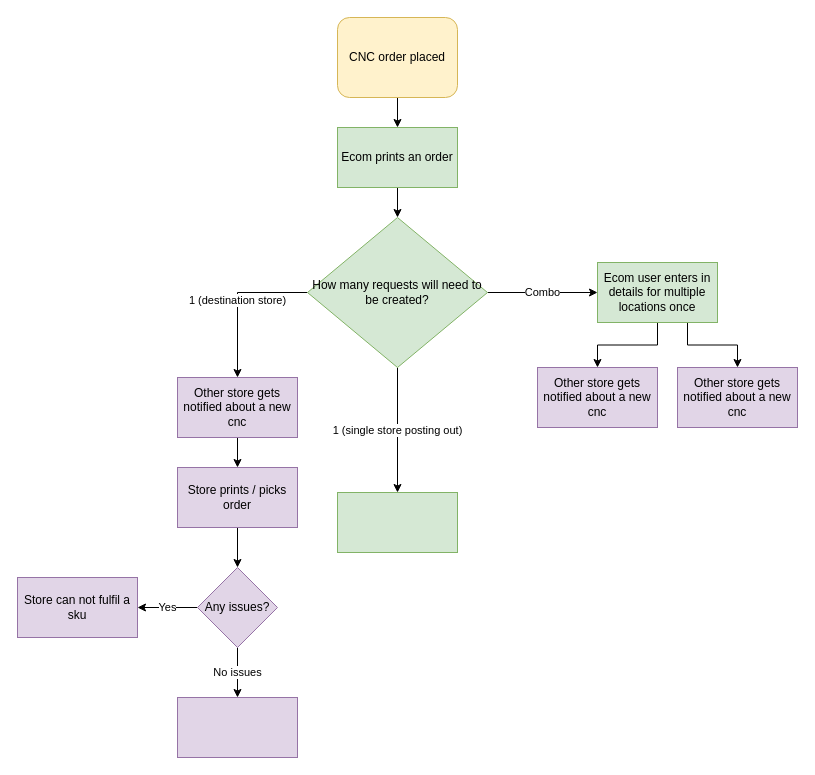
The draw.io diagram design/diagraming out app.drawio in CapSap/paddy-mern-5, before the edit. Source tidied: cells renumbered, new cells numbered last; positions are measured from the earlier drawing's top-left corner, leaving out a move shared by most shapes. Both pictures are drawn from the tidied source at 100%, with x=0, y=0 at pixel (17, 17).
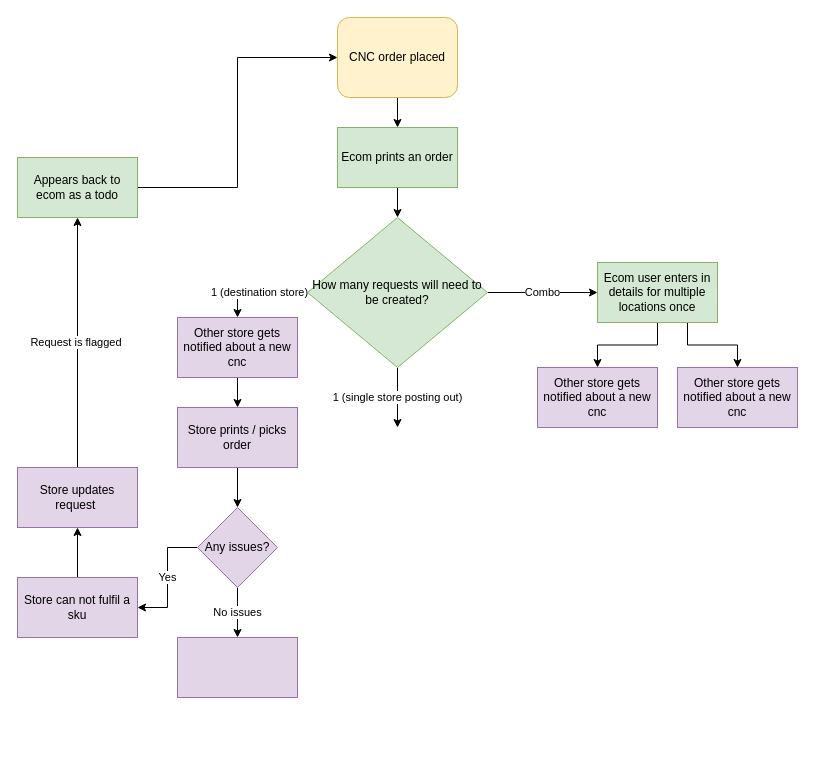
After the change.

Unchanged cells that the change refers to:
```xml
<mxCell id="3" value="CNC order placed" style="rounded=1;whiteSpace=wrap;html=1;fillColor=#fff2cc;strokeColor=#d6b656;" parent="1" vertex="1">
  <mxGeometry x="320" width="120" height="80" as="geometry" />
</mxCell>
<mxCell id="9" value="How many requests will need to be created?" style="rhombus;whiteSpace=wrap;html=1;fillColor=#d5e8d4;strokeColor=#82b366;rounded=0;" parent="1" vertex="1">
  <mxGeometry x="290" y="200" width="180" height="150" as="geometry" />
</mxCell>
<mxCell id="24" value="Store can not fulfil a sku" style="whiteSpace=wrap;html=1;fillColor=#e1d5e7;strokeColor=#9673a6;" parent="1" vertex="1">
  <mxGeometry y="560" width="120" height="60" as="geometry" />
</mxCell>
```

Diff of the diagram source:
```diff
@@
-    <mxCell id="6" value="1 (destination store)" style="edgeStyle=orthogonalEdgeStyle;rounded=0;jettySize=auto;html=1;" parent="1" edge="1" source="9" target="11">
+    <mxCell id="6" value="1 (destination store)" style="edgeStyle=orthogonalEdgeStyle;rounded=0;jettySize=auto;html=1;entryX=0.5;entryY=0;entryDx=0;entryDy=0;" parent="1" edge="1" source="9" target="11">
       <mxGeometry relative="1" as="geometry" />
     </mxCell>
-    <mxCell id="7" value="1 (single store posting out)" style="edgeStyle=orthogonalEdgeStyle;rounded=0;jettySize=auto;html=1;" parent="1" edge="1" source="9" target="12">
-      <mxGeometry relative="1" as="geometry" />
+    <mxCell id="7" value="1 (single store posting out)" style="edgeStyle=orthogonalEdgeStyle;rounded=0;jettySize=auto;html=1;" parent="1" edge="1" source="9">
+      <mxGeometry relative="1" as="geometry">
+        <mxPoint x="380" y="410" as="targetPoint" />
+      </mxGeometry>
     </mxCell>
@@
     <mxCell id="11" value="Other store gets notified about a new cnc" style="whiteSpace=wrap;html=1;fillColor=#e1d5e7;strokeColor=#9673a6;rounded=0;" parent="1" vertex="1">
-      <mxGeometry x="160" y="360" width="120" height="60" as="geometry" />
+      <mxGeometry x="160" y="300" width="120" height="60" as="geometry" />
     </mxCell>
-    <mxCell id="12" style="whiteSpace=wrap;html=1;fillColor=#d5e8d4;strokeColor=#82b366;rounded=0;" parent="1" vertex="1">
-      <mxGeometry x="320" y="475" width="120" height="60" as="geometry" />
-    </mxCell>
@@
     <mxCell id="19" value="Store prints / picks order" style="whiteSpace=wrap;html=1;fillColor=#e1d5e7;strokeColor=#9673a6;rounded=0;" parent="1" vertex="1">
-      <mxGeometry x="160" y="450" width="120" height="60" as="geometry" />
+      <mxGeometry x="160" y="390" width="120" height="60" as="geometry" />
     </mxCell>
@@
     <mxCell id="22" value="Any issues?" style="rhombus;whiteSpace=wrap;html=1;fillColor=#e1d5e7;strokeColor=#9673a6;" parent="1" vertex="1">
-      <mxGeometry x="180" y="550" width="80" height="80" as="geometry" />
+      <mxGeometry x="180" y="490" width="80" height="80" as="geometry" />
     </mxCell>
     <mxCell id="23" style="whiteSpace=wrap;html=1;fillColor=#e1d5e7;strokeColor=#9673a6;" parent="1" vertex="1">
-      <mxGeometry x="160" y="680" width="120" height="60" as="geometry" />
+      <mxGeometry x="160" y="620" width="120" height="60" as="geometry" />
     </mxCell>
+    <mxCell id="25" style="edgeStyle=orthogonalEdgeStyle;rounded=0;jettySize=auto;html=1;" parent="1" edge="1" source="24" target="27">
+      <mxGeometry relative="1" as="geometry" />
+    </mxCell>
@@
+    <mxCell id="26" value="Request is flagged&amp;nbsp;" style="edgeStyle=orthogonalEdgeStyle;rounded=0;jettySize=auto;html=1;" parent="1" edge="1" source="27" target="29">
+      <mxGeometry relative="1" as="geometry" />
+    </mxCell>
+    <mxCell id="27" value="Store updates request&amp;nbsp;" style="whiteSpace=wrap;html=1;fillColor=#e1d5e7;strokeColor=#9673a6;" parent="1" vertex="1">
+      <mxGeometry y="450" width="120" height="60" as="geometry" />
+    </mxCell>
+    <mxCell id="28" style="edgeStyle=orthogonalEdgeStyle;rounded=0;jettySize=auto;html=1;entryX=0;entryY=0.5;entryDx=0;entryDy=0;" parent="1" edge="1" source="29" target="3">
+      <mxGeometry relative="1" as="geometry" />
+    </mxCell>
+    <mxCell id="29" value="Appears back to ecom as a todo" style="whiteSpace=wrap;html=1;fillColor=#d5e8d4;strokeColor=#82b366;" parent="1" vertex="1">
+      <mxGeometry y="140" width="120" height="60" as="geometry" />
+    </mxCell>
```
